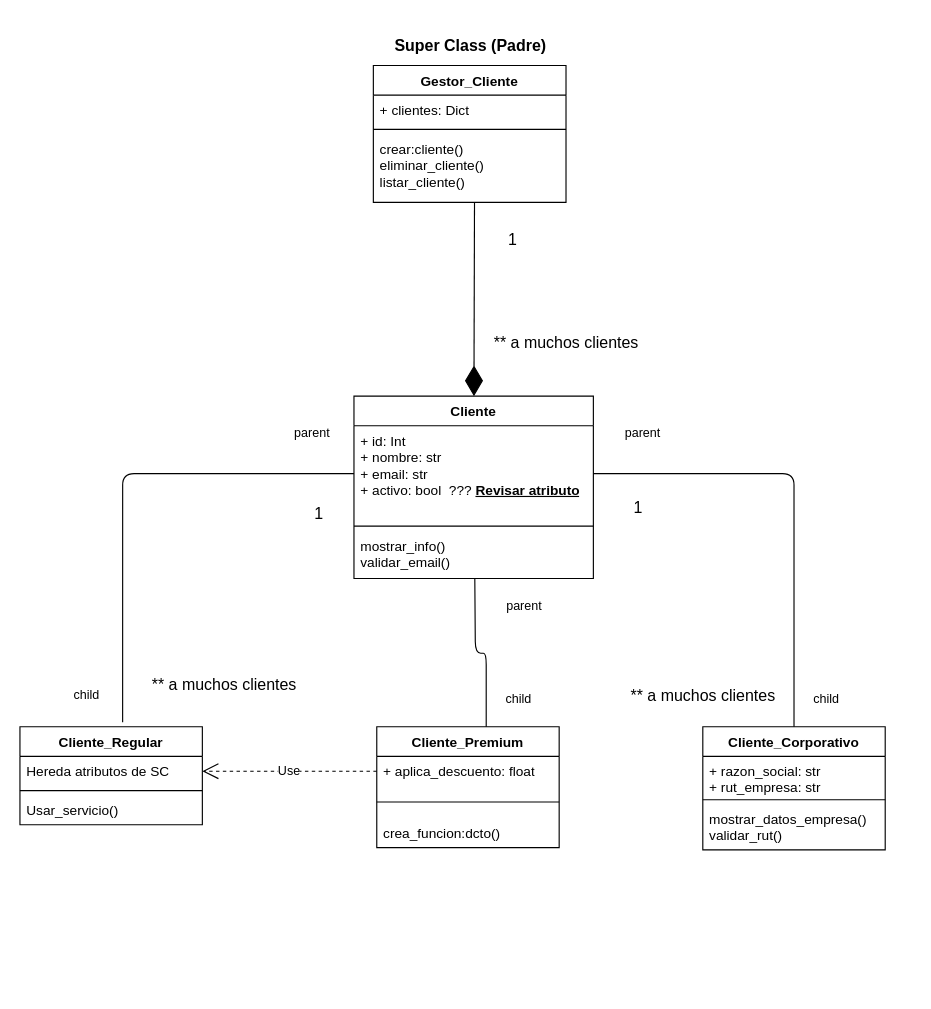
Above: UML_ABP_4.drawio in Auditor2003/Proyecto_Modulo_4_ABP (draw.io), before the change. Source tidied: cells renumbered, new cells numbered last; positions are measured from the earlier drawing's top-left corner, leaving out a move shared by most shapes. Both pictures are drawn from the tidied source at 114%, with x=0, y=0 at pixel (19, 19).
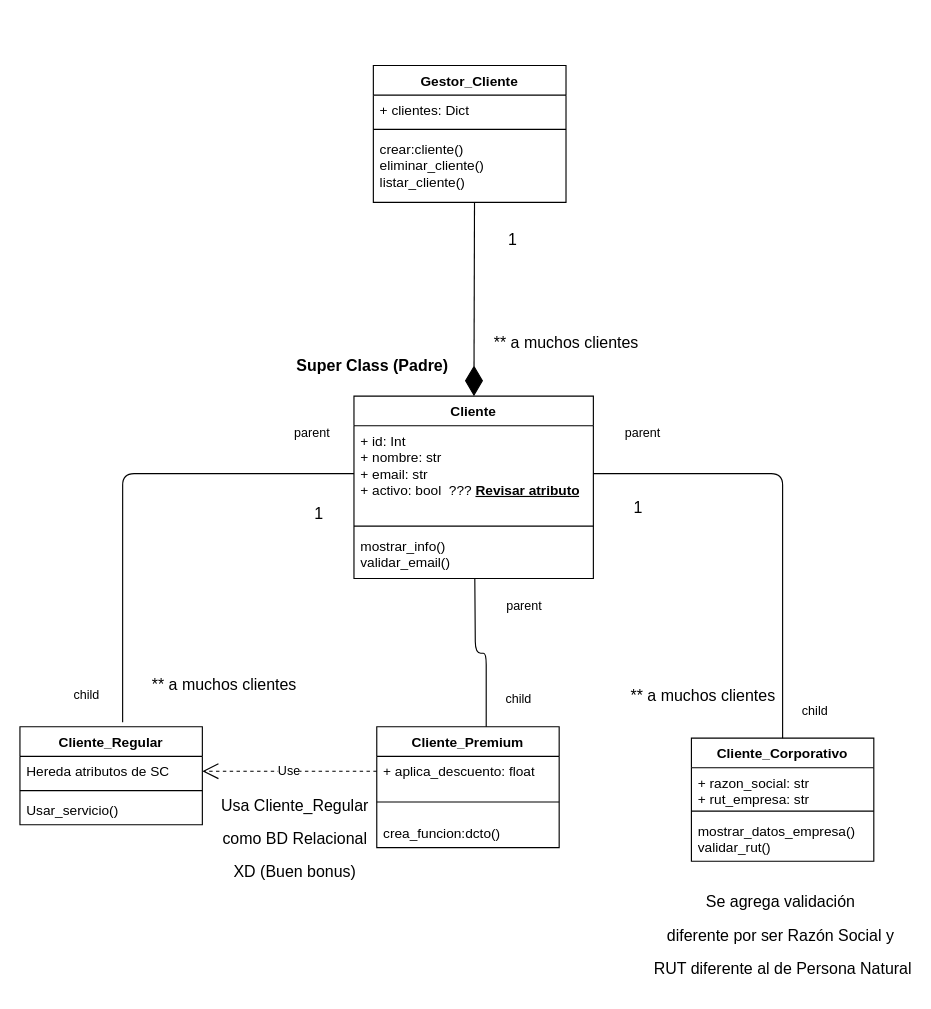
The same diagram, later.

Commit message:
Suma concepto de BD Relacional !!

What changed in the source:
```diff
@@
     <mxCell id="18" value="Cliente_Corporativo" style="swimlane;fontStyle=1;align=center;verticalAlign=top;horizontal=1;startSize=26;whiteSpace=wrap;html=1;" parent="1" vertex="1">
-      <mxGeometry x="599" y="620" width="160" height="108" as="geometry" />
+      <mxGeometry x="589" y="630" width="160" height="108" as="geometry" />
     </mxCell>
@@
     <mxCell id="23" value="&lt;font style=&quot;font-size: 14px;&quot;&gt;Super Class (Padre)&lt;/font&gt;" style="text;strokeColor=none;fillColor=none;html=1;fontSize=24;fontStyle=1;verticalAlign=middle;align=center;" parent="1" vertex="1">
-      <mxGeometry x="344.5" width="100" height="40" as="geometry" />
+      <mxGeometry x="259" y="280" width="100" height="40" as="geometry" />
     </mxCell>
@@
+    <mxCell id="40" value="&lt;font style=&quot;font-weight: normal; font-size: 14px;&quot;&gt;Se agrega validación&amp;nbsp;&lt;/font&gt;&lt;div&gt;&lt;font style=&quot;font-weight: normal; font-size: 14px;&quot;&gt;diferente por ser Razón Social y&amp;nbsp;&lt;/font&gt;&lt;/div&gt;&lt;div&gt;&lt;font style=&quot;font-weight: normal; font-size: 14px;&quot;&gt;RUT diferente al de Persona Natural&lt;/font&gt;&lt;/div&gt;" style="text;strokeColor=none;fillColor=none;html=1;fontSize=24;fontStyle=1;verticalAlign=middle;align=center;rotation=0;" parent="1" vertex="1">
+      <mxGeometry x="584" y="750" width="170" height="100" as="geometry" />
+    </mxCell>
+    <mxCell id="41" value="&lt;font style=&quot;font-weight: normal; font-size: 14px;&quot;&gt;Usa Cliente_Regular&lt;/font&gt;&lt;div&gt;&lt;font style=&quot;font-weight: normal; font-size: 14px;&quot;&gt;como BD Relacional&lt;/font&gt;&lt;/div&gt;&lt;div&gt;&lt;font style=&quot;font-weight: normal; font-size: 14px;&quot;&gt;XD (Buen bonus)&lt;/font&gt;&lt;/div&gt;" style="text;strokeColor=none;fillColor=none;html=1;fontSize=24;fontStyle=1;verticalAlign=middle;align=center;rotation=0;" parent="1" vertex="1">
+      <mxGeometry x="171" y="680" width="139" height="70" as="geometry" />
+    </mxCell>
```
